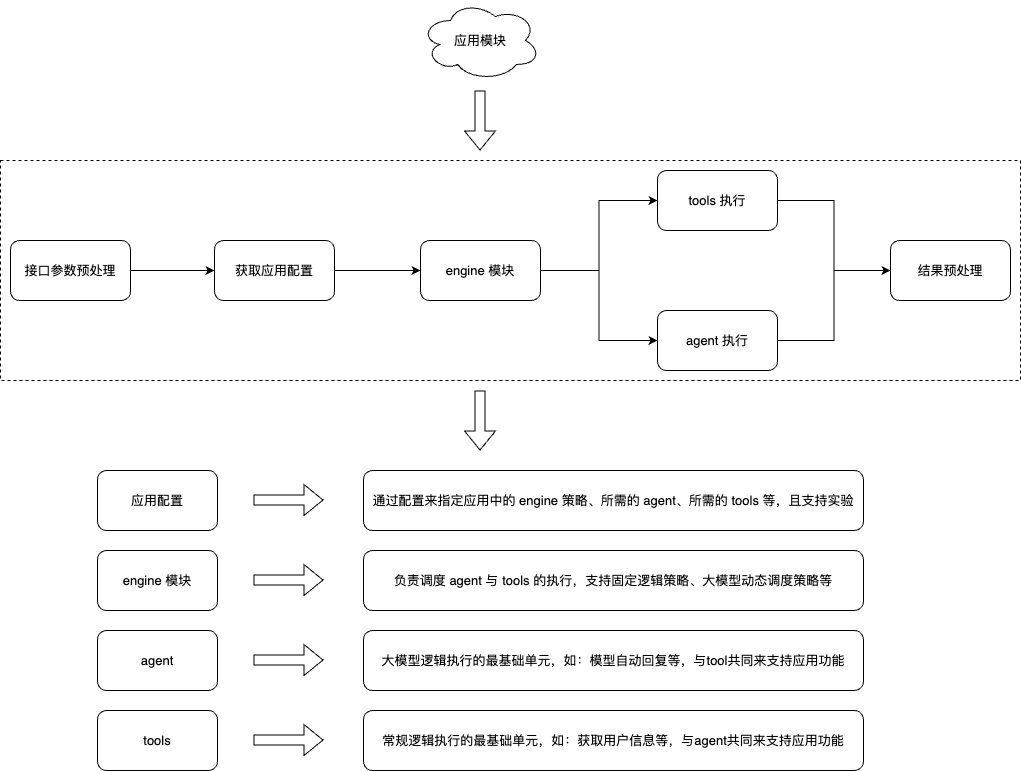
Earlier version of the draw.io export 大模型应用之应用流程图.png (liujunao/draw-data). Source tidied: cells renumbered, new cells last; positions are measured from the earlier drawing's top-left corner, leaving out a move shared by most shapes.
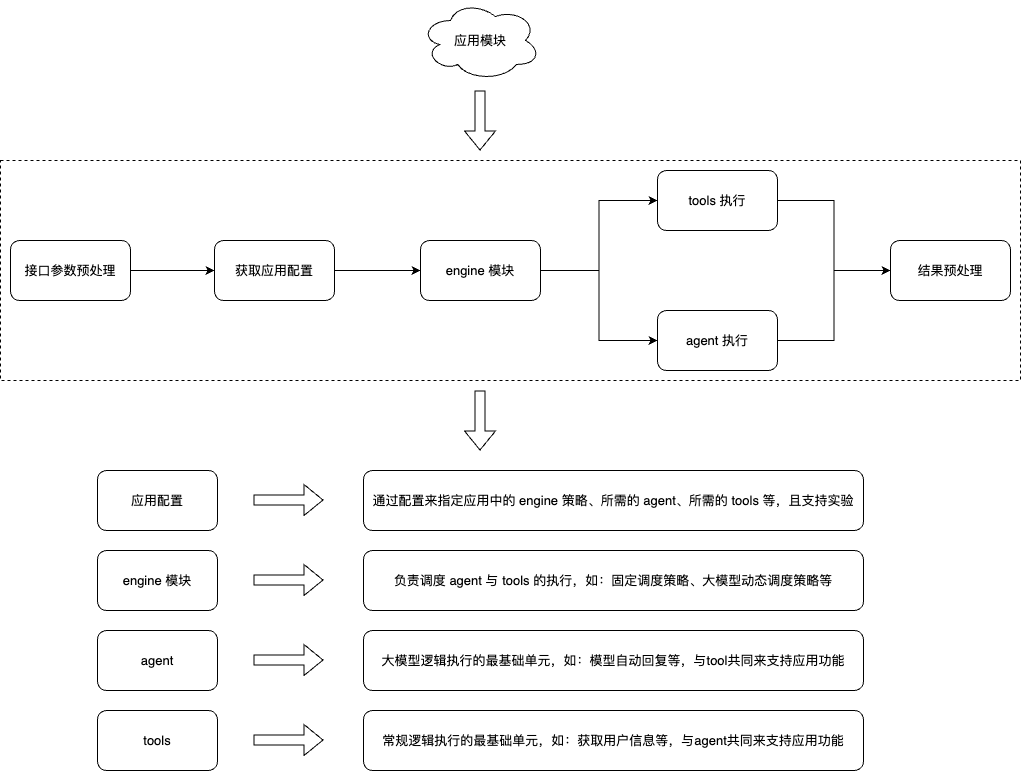
The same file after the commit.

Commit message:
更新大模型应用之应用流程图.png

Change to the diagram source:
```diff
@@ -56,7 +56,7 @@
     <mxCell id="18" value="engine 模块" style="rounded=1;whiteSpace=wrap;html=1;" parent="1" vertex="1">
       <mxGeometry x="97" y="550" width="120" height="60" as="geometry" />
     </mxCell>
-    <mxCell id="19" value="负责调度 agent 与 tools 的执行，支持固定逻辑策略、大模型动态调度策略等" style="rounded=1;whiteSpace=wrap;html=1;" parent="1" vertex="1">
+    <mxCell id="19" value="负责调度 agent 与 tools 的执行，如：固定调度策略、大模型动态调度策略等" style="rounded=1;whiteSpace=wrap;html=1;" parent="1" vertex="1">
       <mxGeometry x="363" y="550" width="500" height="60" as="geometry" />
     </mxCell>
     <mxCell id="20" value="通过配置来指定应用中的 engine 策略、所需的 agent、所需的 tools 等，且支持实验" style="rounded=1;whiteSpace=wrap;html=1;" parent="1" vertex="1">
```
